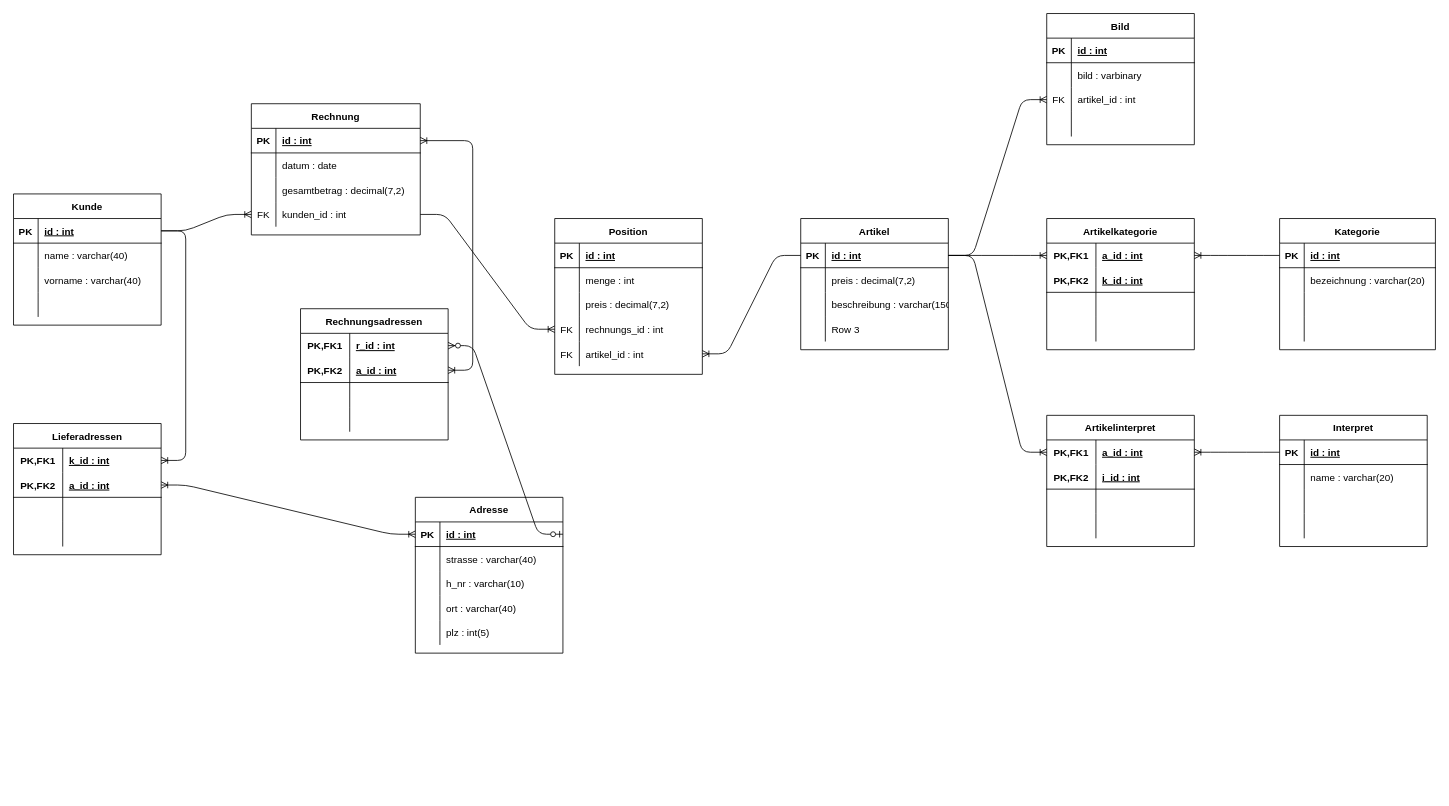
PhilDusseldorf/FachSpezII keeps this draw.io diagram as DesktopApp/preparation/RelationalesDatenmodell.drawio. Above is the earlier version. Source tidied: cells renumbered, new cells numbered last; positions are measured from the earlier drawing's top-left corner, leaving out a move shared by most shapes. Both pictures are drawn from the tidied source at 82%, with x=0, y=0 at pixel (13, 13).
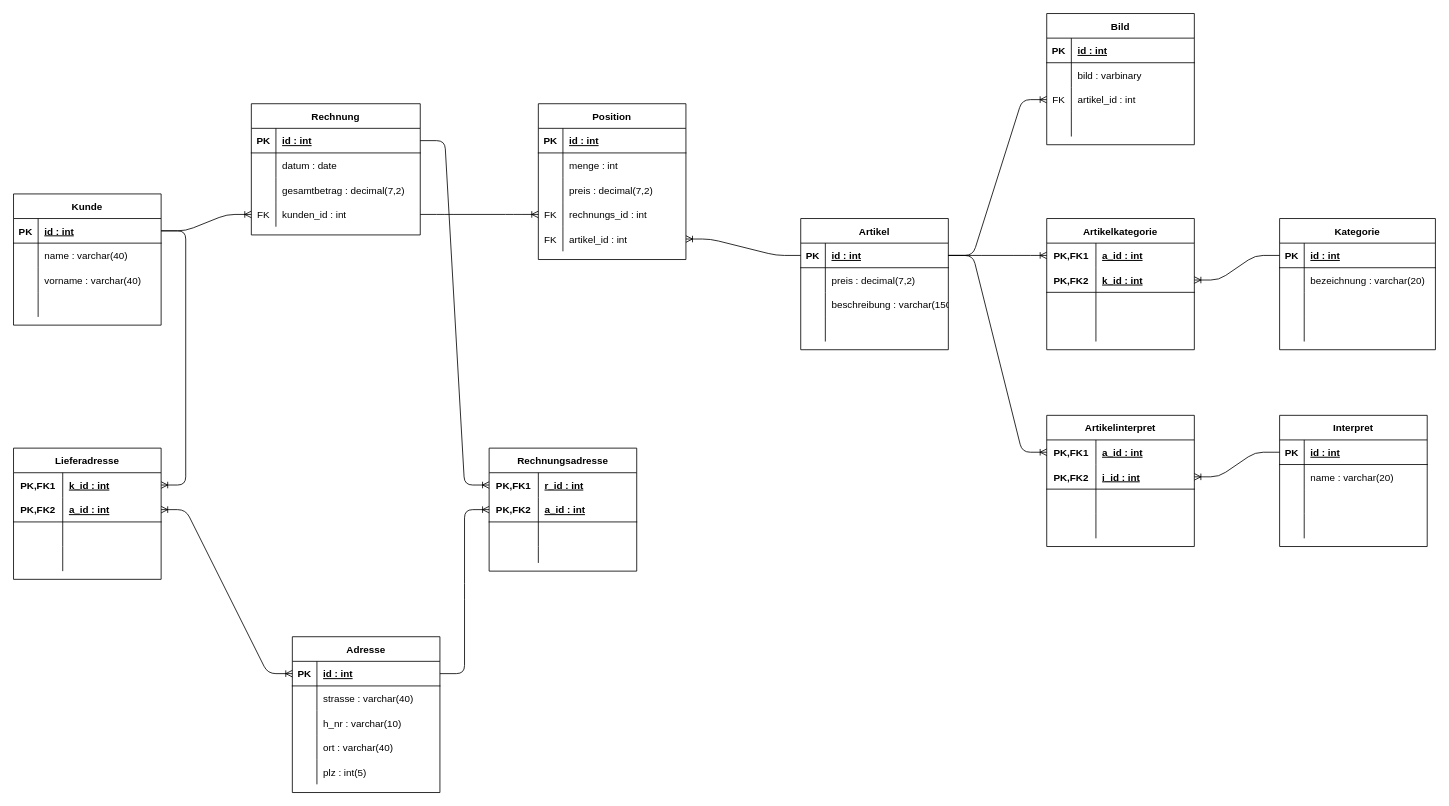
After the change.

Unchanged cells that the change refers to:
```xml
<mxCell id="29" style="shape=partialRectangle;fillColor=none;top=0;left=0;bottom=1;right=0;points=[[0,0.5],[1,0.5]];portConstraint=eastwest;" parent="28" vertex="1">
  <mxGeometry y="30" width="180" height="30" as="geometry" />
</mxCell>
<mxCell id="45" style="shape=partialRectangle;fillColor=none;top=0;left=0;bottom=1;right=0;points=[[0,0.5],[1,0.5]];portConstraint=eastwest;" parent="44" vertex="1">
  <mxGeometry y="30" width="206" height="30" as="geometry" />
</mxCell>
<mxCell id="58" style="shape=partialRectangle;fillColor=none;top=0;left=0;bottom=0;right=0;points=[[0,0.5],[1,0.5]];portConstraint=eastwest;" parent="57" vertex="1">
  <mxGeometry y="30" width="180" height="30" as="geometry" />
</mxCell>
<mxCell id="61" style="shape=partialRectangle;fillColor=none;top=0;left=0;bottom=1;right=0;points=[[0,0.5],[1,0.5]];portConstraint=eastwest;" parent="57" vertex="1">
  <mxGeometry y="60" width="180" height="30" as="geometry" />
</mxCell>
<mxCell id="101" style="shape=partialRectangle;fillColor=none;top=0;left=0;bottom=0;right=0;" parent="91" vertex="1">
  <mxGeometry y="120" width="180" height="30" as="geometry" />
</mxCell>
<mxCell id="105" style="shape=partialRectangle;fillColor=none;top=0;left=0;bottom=0;right=0;points=[[0,0.5],[1,0.5]];portConstraint=eastwest;" parent="104" vertex="1">
  <mxGeometry y="30" width="180" height="30" as="geometry" />
</mxCell>
<mxCell id="108" style="shape=partialRectangle;fillColor=none;top=0;left=0;bottom=1;right=0;points=[[0,0.5],[1,0.5]];portConstraint=eastwest;" parent="104" vertex="1">
  <mxGeometry y="60" width="180" height="30" as="geometry" />
</mxCell>
<mxCell id="118" style="shape=partialRectangle;fillColor=none;top=0;left=0;bottom=1;right=0;points=[[0,0.5],[1,0.5]];portConstraint=eastwest;" parent="117" vertex="1">
  <mxGeometry y="30" width="190" height="30" as="geometry" />
</mxCell>
<mxCell id="131" style="shape=partialRectangle;fillColor=none;top=0;left=0;bottom=1;right=0;points=[[0,0.5],[1,0.5]];portConstraint=eastwest;" parent="130" vertex="1">
  <mxGeometry y="30" width="180" height="30" as="geometry" />
</mxCell>
<mxCell id="144" style="shape=partialRectangle;fillColor=none;top=0;left=0;bottom=0;right=0;points=[[0,0.5],[1,0.5]];portConstraint=eastwest;" parent="143" vertex="1">
  <mxGeometry y="30" width="180" height="30" as="geometry" />
</mxCell>
<mxCell id="147" style="shape=partialRectangle;fillColor=none;top=0;left=0;bottom=1;right=0;points=[[0,0.5],[1,0.5]];portConstraint=eastwest;" parent="143" vertex="1">
  <mxGeometry y="60" width="180" height="30" as="geometry" />
</mxCell>
```

The edit, as a diff of the source:
```diff
@@
-    <mxCell id="15" value="Lieferadressen" style="shape=table;startSize=30;childLayout=tableLayout;rowLines=0;fontStyle=1;align=center;" parent="1" vertex="1">
-      <mxGeometry y="500" width="180" height="160" as="geometry" />
+    <mxCell id="15" value="Lieferadresse" style="shape=table;startSize=30;childLayout=tableLayout;rowLines=0;fontStyle=1;align=center;" parent="1" vertex="1">
+      <mxGeometry y="530" width="180" height="160" as="geometry" />
     </mxCell>
@@
     <mxCell id="28" value="Adresse" style="shape=table;startSize=30;childLayout=tableLayout;rowLines=0;fontStyle=1;align=center;" parent="1" vertex="1">
-      <mxGeometry x="490" y="590" width="180" height="190" as="geometry" />
+      <mxGeometry x="340" y="760" width="180" height="190" as="geometry" />
     </mxCell>
@@
-    <mxCell id="57" value="Rechnungsadressen" style="shape=table;startSize=30;childLayout=tableLayout;rowLines=0;fontStyle=1;align=center;" parent="1" vertex="1">
-      <mxGeometry x="350" y="360" width="180" height="160" as="geometry" />
+    <mxCell id="57" value="Rechnungsadresse" style="shape=table;startSize=30;childLayout=tableLayout;rowLines=0;fontStyle=1;align=center;" parent="1" vertex="1">
+      <mxGeometry x="580" y="530" width="180" height="150" as="geometry" />
     </mxCell>
@@
     <mxCell id="67" style="shape=partialRectangle;fillColor=none;top=0;left=0;bottom=0;right=0;" parent="57" vertex="1">
-      <mxGeometry y="120" width="180" height="30" as="geometry" />
+      <mxGeometry y="120" width="180" height="20" as="geometry" />
     </mxCell>
     <mxCell id="68" style="shape=partialRectangle;fillColor=none;top=0;left=0;bottom=0;right=0;overflow=hidden;" parent="67" vertex="1">
-      <mxGeometry width="60" height="30" as="geometry" />
+      <mxGeometry width="60" height="20" as="geometry" />
     </mxCell>
     <mxCell id="69" style="shape=partialRectangle;fillColor=none;top=0;left=0;bottom=0;right=0;align=left;spacingLeft=6;overflow=hidden;" parent="67" vertex="1">
-      <mxGeometry x="60" width="120" height="30" as="geometry" />
+      <mxGeometry x="60" width="120" height="20" as="geometry" />
     </mxCell>
     <mxCell id="70" value="Position" style="shape=table;startSize=30;childLayout=tableLayout;rowLines=0;fontStyle=1;align=center;" parent="1" vertex="1">
-      <mxGeometry x="660" y="250" width="180" height="190" as="geometry" />
+      <mxGeometry x="640" y="110" width="180" height="190" as="geometry" />
     </mxCell>
@@
-    <mxCell id="87" style="edgeStyle=entityRelationEdgeStyle;fontSize=12;html=1;endArrow=ERoneToMany;startArrow=ERoneToMany;entryX=1;entryY=0.5;entryDx=0;entryDy=0;" parent="1" edge="1" target="45">
-      <mxGeometry relative="1" as="geometry">
-        <mxPoint x="530" y="435" as="sourcePoint" />
-      </mxGeometry>
-    </mxCell>
-    <mxCell id="88" style="edgeStyle=entityRelationEdgeStyle;fontSize=12;html=1;endArrow=ERzeroToMany;startArrow=ERzeroToOne;exitX=1;exitY=0.5;exitDx=0;exitDy=0;entryX=1;entryY=0.5;entryDx=0;entryDy=0;" parent="1" edge="1" source="29" target="58">
-      <mxGeometry relative="1" as="geometry" />
-    </mxCell>
@@
-    <mxCell id="103" value="Row 3" style="shape=partialRectangle;fillColor=none;top=0;left=0;bottom=0;right=0;align=left;spacingLeft=6;overflow=hidden;" parent="101" vertex="1">
+    <mxCell id="103" style="shape=partialRectangle;fillColor=none;top=0;left=0;bottom=0;right=0;align=left;spacingLeft=6;overflow=hidden;" parent="101" vertex="1">
       <mxGeometry x="30" width="150" height="30" as="geometry" />
     </mxCell>
@@
-    <mxCell id="172" style="edgeStyle=entityRelationEdgeStyle;fontSize=12;html=1;endArrow=ERoneToMany;entryX=1;entryY=0.5;entryDx=0;entryDy=0;exitX=0;exitY=0.5;exitDx=0;exitDy=0;" parent="1" edge="1" source="131" target="144">
+    <mxCell id="172" style="edgeStyle=entityRelationEdgeStyle;fontSize=12;html=1;endArrow=ERoneToMany;entryX=1;entryY=0.5;entryDx=0;entryDy=0;exitX=0;exitY=0.5;exitDx=0;exitDy=0;" parent="1" edge="1" source="131" target="147">
       <mxGeometry relative="1" as="geometry" />
     </mxCell>
-    <mxCell id="173" style="edgeStyle=entityRelationEdgeStyle;fontSize=12;html=1;endArrow=ERoneToMany;exitX=0;exitY=0.5;exitDx=0;exitDy=0;entryX=1;entryY=0.5;entryDx=0;entryDy=0;" parent="1" edge="1" source="118" target="105">
+    <mxCell id="173" style="edgeStyle=entityRelationEdgeStyle;fontSize=12;html=1;endArrow=ERoneToMany;exitX=0;exitY=0.5;exitDx=0;exitDy=0;entryX=1;entryY=0.5;entryDx=0;entryDy=0;" parent="1" edge="1" source="118" target="108">
       <mxGeometry relative="1" as="geometry" />
     </mxCell>
@@
+    <mxCell id="176" style="edgeStyle=entityRelationEdgeStyle;fontSize=12;html=1;endArrow=ERoneToMany;exitX=1;exitY=0.5;exitDx=0;exitDy=0;" parent="1" edge="1" source="29" target="61">
+      <mxGeometry relative="1" as="geometry" />
+    </mxCell>
+    <mxCell id="177" style="edgeStyle=entityRelationEdgeStyle;fontSize=12;html=1;endArrow=ERoneToMany;exitX=1;exitY=0.5;exitDx=0;exitDy=0;entryX=0;entryY=0.5;entryDx=0;entryDy=0;" parent="1" edge="1" source="45" target="58">
+      <mxGeometry relative="1" as="geometry" />
+    </mxCell>
```
